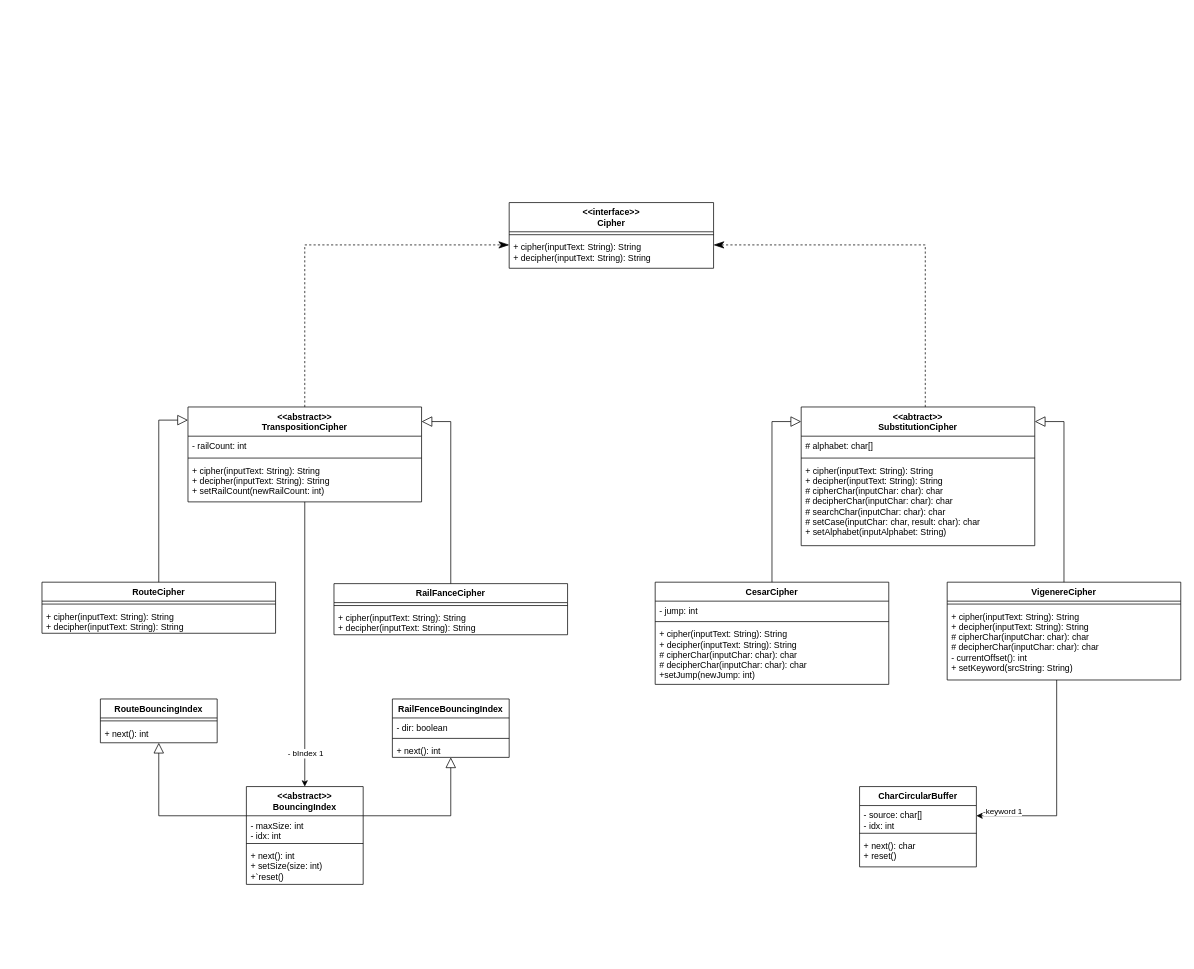
Tzanimor/OO2 keeps this draw.io diagram as ej.drawio. Above is the earlier version. Source tidied: cells renumbered, new cells numbered last; positions are measured from the earlier drawing's top-left corner, leaving out a move shared by most shapes. Both pictures are drawn from the tidied source at 73%, with x=0, y=0 at pixel (42, 202).
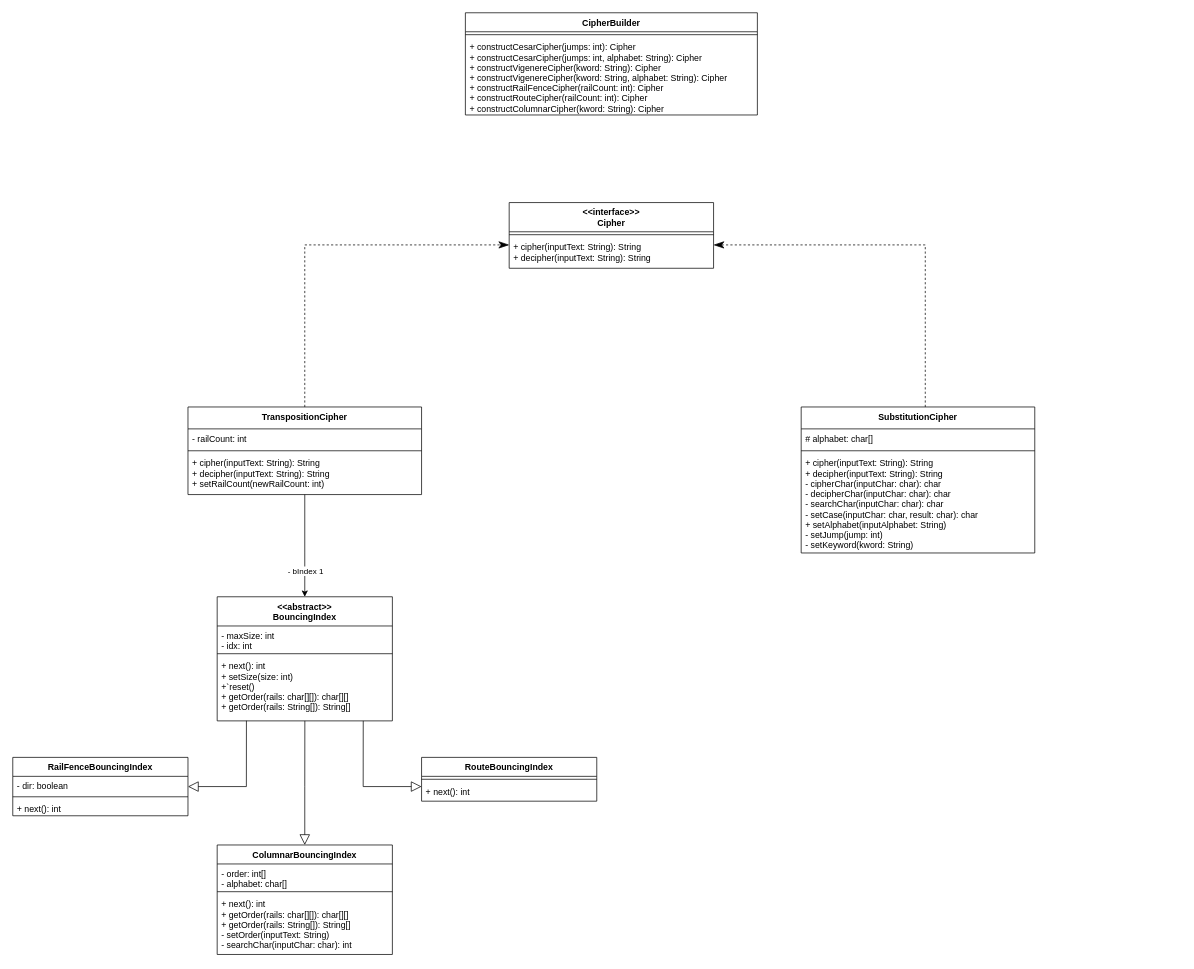
Above is the later version.

The edit, as a diff of the source:
```diff
@@
-    <mxCell id="2" value="CesarCipher" style="swimlane;fontStyle=1;align=center;verticalAlign=top;horizontal=1;startSize=26;" parent="1" vertex="1">
-      <mxGeometry x="840" y="520" width="320" height="140" as="geometry" />
-    </mxCell>
-    <mxCell id="3" value="- jump: int" style="text;strokeColor=none;fillColor=none;align=left;verticalAlign=top;spacingLeft=4;spacingRight=4;overflow=hidden;" parent="2" vertex="1">
-      <mxGeometry y="26" width="320" height="24" as="geometry" />
-    </mxCell>
-    <mxCell id="4" style="line;strokeWidth=1;fillColor=none;align=left;verticalAlign=middle;spacingTop=-1;spacingLeft=3;spacingRight=3;labelPosition=right;strokeColor=inherit;" parent="2" vertex="1">
-      <mxGeometry y="50" width="320" height="8" as="geometry" />
-    </mxCell>
-    <mxCell id="5" value="+ cipher(inputText: String): String&#10;+ decipher(inputText: String): String&#10;# cipherChar(inputChar: char): char&#10;# decipherChar(inputChar: char): char&#10;+setJump(newJump: int)" style="text;strokeColor=none;fillColor=none;align=left;verticalAlign=top;spacingLeft=4;spacingRight=4;overflow=hidden;" parent="2" vertex="1">
-      <mxGeometry y="58" width="320" height="82" as="geometry" />
-    </mxCell>
-    <mxCell id="6" value="RailFanceCipher" style="swimlane;fontStyle=1;align=center;verticalAlign=top;horizontal=1;startSize=26;" parent="1" vertex="1">
-      <mxGeometry x="400" y="522" width="320" height="70" as="geometry" />
-    </mxCell>
-    <mxCell id="7" style="line;strokeWidth=1;fillColor=none;align=left;verticalAlign=middle;spacingTop=-1;spacingLeft=3;spacingRight=3;labelPosition=right;strokeColor=inherit;" parent="6" vertex="1">
-      <mxGeometry y="26" width="320" height="8" as="geometry" />
-    </mxCell>
-    <mxCell id="8" value="+ cipher(inputText: String): String&#10;+ decipher(inputText: String): String" style="text;strokeColor=none;fillColor=none;align=left;verticalAlign=top;spacingLeft=4;spacingRight=4;overflow=hidden;" parent="6" vertex="1">
-      <mxGeometry y="34" width="320" height="36" as="geometry" />
-    </mxCell>
-    <mxCell id="9" value="CharCircularBuffer" style="swimlane;fontStyle=1;align=center;verticalAlign=top;horizontal=1;startSize=26;" parent="1" vertex="1">
-      <mxGeometry x="1120" y="800" width="160" height="110" as="geometry" />
-    </mxCell>
-    <mxCell id="10" value="- source: char[]&#10;- idx: int" style="text;strokeColor=none;fillColor=none;align=left;verticalAlign=top;spacingLeft=4;spacingRight=4;overflow=hidden;" parent="9" vertex="1">
-      <mxGeometry y="26" width="160" height="34" as="geometry" />
-    </mxCell>
-    <mxCell id="11" style="line;strokeWidth=1;fillColor=none;align=left;verticalAlign=middle;spacingTop=-1;spacingLeft=3;spacingRight=3;labelPosition=right;strokeColor=inherit;" parent="9" vertex="1">
-      <mxGeometry y="60" width="160" height="8" as="geometry" />
-    </mxCell>
-    <mxCell id="12" value="+ next(): char&#10;+ reset()" style="text;strokeColor=none;fillColor=none;align=left;verticalAlign=top;spacingLeft=4;spacingRight=4;overflow=hidden;" parent="9" vertex="1">
-      <mxGeometry y="68" width="160" height="42" as="geometry" />
-    </mxCell>
     <mxCell id="13" value="&lt;&lt;abstract&gt;&gt;&#10;BouncingIndex" style="swimlane;fontStyle=1;align=center;verticalAlign=top;horizontal=1;startSize=40;" parent="1" vertex="1">
-      <mxGeometry x="280" y="800" width="160" height="134" as="geometry" />
+      <mxGeometry x="240" y="540" width="240" height="170" as="geometry" />
     </mxCell>
     <mxCell id="14" value="- maxSize: int&#10;- idx: int" style="text;strokeColor=none;fillColor=none;align=left;verticalAlign=top;spacingLeft=4;spacingRight=4;overflow=hidden;" parent="13" vertex="1">
-      <mxGeometry y="40" width="160" height="34" as="geometry" />
+      <mxGeometry y="40" width="240" height="34" as="geometry" />
     </mxCell>
     <mxCell id="15" style="line;strokeWidth=1;fillColor=none;align=left;verticalAlign=middle;spacingTop=-1;spacingLeft=3;spacingRight=3;labelPosition=right;strokeColor=inherit;" parent="13" vertex="1">
-      <mxGeometry y="74" width="160" height="8" as="geometry" />
+      <mxGeometry y="74" width="240" height="8" as="geometry" />
     </mxCell>
-    <mxCell id="16" value="+ next(): int&#10;+ setSize(size: int)&#10;+`reset()" style="text;strokeColor=none;fillColor=none;align=left;verticalAlign=top;spacingLeft=4;spacingRight=4;overflow=hidden;points=[[0,0.5],[1,0.5]];portConstraint=eastwest;" parent="13" vertex="1">
-      <mxGeometry y="82" width="160" height="52" as="geometry" />
+    <mxCell id="16" value="+ next(): int&#10;+ setSize(size: int)&#10;+`reset()&#10;+ getOrder(rails: char[][]): char[][]&#10;+ getOrder(rails: String[]): String[]" style="text;strokeColor=none;fillColor=none;align=left;verticalAlign=top;spacingLeft=4;spacingRight=4;overflow=hidden;points=[[0,0.5],[1,0.5]];portConstraint=eastwest;" parent="13" vertex="1">
+      <mxGeometry y="82" width="240" height="88" as="geometry" />
     </mxCell>
-    <mxCell id="17" style="edgeStyle=orthogonalEdgeStyle;rounded=0;jettySize=auto;html=1;" parent="1" edge="1" source="19" target="9">
-      <mxGeometry relative="1" as="geometry">
-        <Array as="points">
-          <mxPoint x="1390" y="840" />
-        </Array>
-      </mxGeometry>
-    </mxCell>
-    <mxCell id="18" value="-keyword 1" style="edgeLabel;html=1;align=center;verticalAlign=middle;" parent="17" vertex="1">
-      <mxGeometry x="0.74" y="1" relative="1" as="geometry">
-        <mxPoint x="-3" y="-8" as="offset" />
-      </mxGeometry>
-    </mxCell>
-    <mxCell id="19" value="VigenereCipher" style="swimlane;fontStyle=1;align=center;verticalAlign=top;horizontal=1;startSize=26;" parent="1" vertex="1">
-      <mxGeometry x="1240" y="520" width="320" height="134" as="geometry" />
-    </mxCell>
-    <mxCell id="20" style="line;strokeWidth=1;fillColor=none;align=left;verticalAlign=middle;spacingTop=-1;spacingLeft=3;spacingRight=3;labelPosition=right;strokeColor=inherit;" parent="19" vertex="1">
-      <mxGeometry y="26" width="320" height="8" as="geometry" />
-    </mxCell>
-    <mxCell id="21" value="+ cipher(inputText: String): String&#10;+ decipher(inputText: String): String&#10;# cipherChar(inputChar: char): char&#10;# decipherChar(inputChar: char): char&#10;- currentOffset(): int&#10;+ setKeyword(srcString: String)" style="text;strokeColor=none;fillColor=none;align=left;verticalAlign=top;spacingLeft=4;spacingRight=4;overflow=hidden;" parent="19" vertex="1">
-      <mxGeometry y="34" width="320" height="100" as="geometry" />
-    </mxCell>
-    <mxCell id="22" style="endArrow=block;endFill=0;endSize=12;html=1;rounded=0;exitX=0.5;exitY=0;exitDx=0;exitDy=0;" parent="1" edge="1" source="2">
-      <mxGeometry relative="1" as="geometry">
-        <mxPoint x="1040" y="300" as="targetPoint" />
-        <Array as="points">
-          <mxPoint x="1000" y="300" />
-        </Array>
-      </mxGeometry>
-    </mxCell>
-    <mxCell id="23" style="endArrow=block;endFill=0;endSize=12;html=1;rounded=0;exitX=0.5;exitY=0;exitDx=0;exitDy=0;" parent="1" edge="1" source="6">
-      <mxGeometry relative="1" as="geometry">
-        <mxPoint x="520" y="300" as="targetPoint" />
-        <Array as="points">
-          <mxPoint x="560" y="300" />
-        </Array>
-      </mxGeometry>
-    </mxCell>
-    <mxCell id="24" style="endArrow=block;endFill=0;endSize=12;html=1;rounded=0;exitX=0.5;exitY=0;exitDx=0;exitDy=0;" parent="1" edge="1" source="19">
-      <mxGeometry relative="1" as="geometry">
-        <mxPoint x="1360" y="300" as="targetPoint" />
-        <Array as="points">
-          <mxPoint x="1400" y="300" />
-        </Array>
-      </mxGeometry>
-    </mxCell>
@@
-    <mxCell id="30" value="&lt;&lt;abtract&gt;&gt;&#10;SubstitutionCipher" style="swimlane;fontStyle=1;align=center;verticalAlign=top;horizontal=1;startSize=40;" parent="1" vertex="1">
-      <mxGeometry x="1040" y="280" width="320" height="190" as="geometry" />
+    <mxCell id="30" value="SubstitutionCipher" style="swimlane;fontStyle=1;align=center;verticalAlign=top;horizontal=1;startSize=30;" parent="1" vertex="1">
+      <mxGeometry x="1040" y="280" width="320" height="200" as="geometry" />
     </mxCell>
     <mxCell id="31" value="# alphabet: char[]" style="text;strokeColor=none;fillColor=none;align=left;verticalAlign=top;spacingLeft=4;spacingRight=4;overflow=hidden;" parent="30" vertex="1">
-      <mxGeometry y="40" width="320" height="26" as="geometry" />
+      <mxGeometry y="30" width="320" height="26" as="geometry" />
     </mxCell>
     <mxCell id="32" style="line;strokeWidth=1;fillColor=none;align=left;verticalAlign=middle;spacingTop=-1;spacingLeft=3;spacingRight=3;labelPosition=right;" parent="30" vertex="1">
-      <mxGeometry y="66" width="320" height="8" as="geometry" />
+      <mxGeometry y="56" width="320" height="8" as="geometry" />
     </mxCell>
-    <mxCell id="33" value="+ cipher(inputText: String): String&#10;+ decipher(inputText: String): String&#10;# cipherChar(inputChar: char): char&#10;# decipherChar(inputChar: char): char&#10;# searchChar(inputChar: char): char&#10;# setCase(inputChar: char, result: char): char&#10;+ setAlphabet(inputAlphabet: String)" style="text;strokeColor=none;fillColor=none;align=left;verticalAlign=top;spacingLeft=4;spacingRight=4;overflow=hidden;" parent="30" vertex="1">
-      <mxGeometry y="74" width="320" height="116" as="geometry" />
+    <mxCell id="33" value="+ cipher(inputText: String): String&#10;+ decipher(inputText: String): String&#10;- cipherChar(inputChar: char): char&#10;- decipherChar(inputChar: char): char&#10;- searchChar(inputChar: char): char&#10;- setCase(inputChar: char, result: char): char&#10;+ setAlphabet(inputAlphabet: String)&#10;- setJump(jump: int)&#10;- setKeyword(kword: String)" style="text;strokeColor=none;fillColor=none;align=left;verticalAlign=top;spacingLeft=4;spacingRight=4;overflow=hidden;" parent="30" vertex="1">
+      <mxGeometry y="64" width="320" height="136" as="geometry" />
     </mxCell>
     <mxCell id="34" style="edgeStyle=orthogonalEdgeStyle;rounded=0;jettySize=auto;html=1;entryX=0.5;entryY=0;entryDx=0;entryDy=0;" parent="1" edge="1" source="36" target="13">
-      <mxGeometry relative="1" as="geometry" />
+      <mxGeometry relative="1" as="geometry">
+        <Array as="points">
+          <mxPoint x="360" y="480" />
+          <mxPoint x="360" y="480" />
+        </Array>
+      </mxGeometry>
     </mxCell>
     <mxCell id="35" value="- bIndex 1" style="edgeLabel;html=1;align=center;verticalAlign=middle;" parent="34" vertex="1">
       <mxGeometry x="0.64" relative="1" as="geometry">
-        <mxPoint y="24" as="offset" />
+        <mxPoint y="-11" as="offset" />
       </mxGeometry>
     </mxCell>
-    <mxCell id="36" value="&lt;&lt;abstract&gt;&gt;&#10;TranspositionCipher" style="swimlane;fontStyle=1;align=center;verticalAlign=top;horizontal=1;startSize=40;" parent="1" vertex="1">
-      <mxGeometry x="200" y="280" width="320" height="130" as="geometry" />
+    <mxCell id="36" value="TranspositionCipher" style="swimlane;fontStyle=1;align=center;verticalAlign=top;horizontal=1;startSize=30;" parent="1" vertex="1">
+      <mxGeometry x="200" y="280" width="320" height="120" as="geometry" />
     </mxCell>
     <mxCell id="37" value="- railCount: int" style="text;strokeColor=none;fillColor=none;align=left;verticalAlign=top;spacingLeft=4;spacingRight=4;overflow=hidden;" parent="36" vertex="1">
-      <mxGeometry y="40" width="320" height="26" as="geometry" />
+      <mxGeometry y="30" width="320" height="26" as="geometry" />
     </mxCell>
     <mxCell id="38" style="line;strokeWidth=1;fillColor=none;align=left;verticalAlign=middle;spacingTop=-1;spacingLeft=3;spacingRight=3;labelPosition=right;" parent="36" vertex="1">
-      <mxGeometry y="66" width="320" height="8" as="geometry" />
+      <mxGeometry y="56" width="320" height="8" as="geometry" />
     </mxCell>
     <mxCell id="39" value="+ cipher(inputText: String): String&#10;+ decipher(inputText: String): String&#10;+ setRailCount(newRailCount: int)" style="text;strokeColor=none;fillColor=none;align=left;verticalAlign=top;spacingLeft=4;spacingRight=4;overflow=hidden;" parent="36" vertex="1">
-      <mxGeometry y="74" width="320" height="56" as="geometry" />
+      <mxGeometry y="64" width="320" height="56" as="geometry" />
     </mxCell>
-    <mxCell id="40" value="RouteCipher" style="swimlane;fontStyle=1;align=center;verticalAlign=top;horizontal=1;startSize=26;" parent="1" vertex="1">
-      <mxGeometry y="520" width="320" height="70" as="geometry" />
-    </mxCell>
-    <mxCell id="41" style="line;strokeWidth=1;fillColor=none;align=left;verticalAlign=middle;spacingTop=-1;spacingLeft=3;spacingRight=3;labelPosition=right;strokeColor=inherit;" parent="40" vertex="1">
-      <mxGeometry y="26" width="320" height="8" as="geometry" />
-    </mxCell>
-    <mxCell id="42" value="+ cipher(inputText: String): String&#10;+ decipher(inputText: String): String" style="text;strokeColor=none;fillColor=none;align=left;verticalAlign=top;spacingLeft=4;spacingRight=4;overflow=hidden;" parent="40" vertex="1">
-      <mxGeometry y="34" width="320" height="36" as="geometry" />
-    </mxCell>
-    <mxCell id="43" style="endArrow=block;endFill=0;endSize=12;html=1;rounded=0;exitX=0.5;exitY=0;exitDx=0;exitDy=0;" parent="1" edge="1">
-      <mxGeometry relative="1" as="geometry">
-        <mxPoint x="160" y="520" as="sourcePoint" />
-        <mxPoint x="200" y="298" as="targetPoint" />
-        <Array as="points">
-          <mxPoint x="160" y="298" />
-        </Array>
-      </mxGeometry>
-    </mxCell>
     <mxCell id="44" value="RailFenceBouncingIndex" style="swimlane;fontStyle=1;align=center;verticalAlign=top;horizontal=1;startSize=26;" parent="1" vertex="1">
-      <mxGeometry x="480" y="680" width="160" height="80" as="geometry" />
+      <mxGeometry x="-40" y="760" width="240" height="80" as="geometry" />
     </mxCell>
     <mxCell id="45" value="- dir: boolean" style="text;strokeColor=none;fillColor=none;align=left;verticalAlign=top;spacingLeft=4;spacingRight=4;overflow=hidden;" parent="44" vertex="1">
-      <mxGeometry y="26" width="160" height="24" as="geometry" />
+      <mxGeometry y="26" width="240" height="24" as="geometry" />
     </mxCell>
     <mxCell id="46" style="line;strokeWidth=1;fillColor=none;align=left;verticalAlign=middle;spacingTop=-1;spacingLeft=3;spacingRight=3;labelPosition=right;strokeColor=inherit;" parent="44" vertex="1">
-      <mxGeometry y="50" width="160" height="8" as="geometry" />
+      <mxGeometry y="50" width="240" height="8" as="geometry" />
     </mxCell>
     <mxCell id="47" value="+ next(): int&#10;" style="text;strokeColor=none;fillColor=none;align=left;verticalAlign=top;spacingLeft=4;spacingRight=4;overflow=hidden;" parent="44" vertex="1">
-      <mxGeometry y="58" width="160" height="22" as="geometry" />
+      <mxGeometry y="58" width="240" height="22" as="geometry" />
     </mxCell>
     <mxCell id="48" value="RouteBouncingIndex" style="swimlane;fontStyle=1;align=center;verticalAlign=top;horizontal=1;startSize=26;" parent="1" vertex="1">
-      <mxGeometry x="80" y="680" width="160" height="60" as="geometry" />
+      <mxGeometry x="520" y="760" width="240" height="60" as="geometry" />
     </mxCell>
     <mxCell id="49" style="line;strokeWidth=1;fillColor=none;align=left;verticalAlign=middle;spacingTop=-1;spacingLeft=3;spacingRight=3;labelPosition=right;strokeColor=inherit;" parent="48" vertex="1">
-      <mxGeometry y="26" width="160" height="8" as="geometry" />
+      <mxGeometry y="26" width="240" height="8" as="geometry" />
     </mxCell>
     <mxCell id="50" value="+ next(): int" style="text;strokeColor=none;fillColor=none;align=left;verticalAlign=top;spacingLeft=4;spacingRight=4;overflow=hidden;" parent="48" vertex="1">
-      <mxGeometry y="34" width="160" height="26" as="geometry" />
+      <mxGeometry y="34" width="240" height="26" as="geometry" />
     </mxCell>
-    <mxCell id="51" style="endArrow=block;endFill=0;endSize=12;html=1;rounded=0;" parent="1" edge="1">
+    <mxCell id="51" style="endArrow=block;endFill=0;endSize=12;html=1;rounded=0;exitX=0.167;exitY=0.998;exitDx=0;exitDy=0;exitPerimeter=0;" parent="1" edge="1" source="16">
       <mxGeometry relative="1" as="geometry">
-        <mxPoint x="280" y="840" as="sourcePoint" />
-        <mxPoint x="160" y="740" as="targetPoint" />
+        <mxPoint x="200" y="800" as="targetPoint" />
         <Array as="points">
-          <mxPoint x="160" y="840" />
+          <mxPoint x="280" y="800" />
         </Array>
       </mxGeometry>
     </mxCell>
-    <mxCell id="52" style="endArrow=block;endFill=0;endSize=12;html=1;rounded=0;" parent="1" edge="1">
-      <mxGeometry relative="1" as="geometry">
-        <mxPoint x="440" y="840" as="sourcePoint" />
-        <mxPoint x="560" y="760" as="targetPoint" />
-        <Array as="points">
-          <mxPoint x="560" y="840" />
-        </Array>
-      </mxGeometry>
-    </mxCell>
+    <mxCell id="53" value="ColumnarBouncingIndex" style="swimlane;fontStyle=1;align=center;verticalAlign=top;horizontal=1;startSize=26;" parent="1" vertex="1">
+      <mxGeometry x="240" y="880" width="240" height="150" as="geometry" />
+    </mxCell>
+    <mxCell id="54" value="- order: int[]&#10;- alphabet: char[]" style="text;strokeColor=none;fillColor=none;align=left;verticalAlign=top;spacingLeft=4;spacingRight=4;overflow=hidden;" parent="53" vertex="1">
+      <mxGeometry y="26" width="240" height="34" as="geometry" />
+    </mxCell>
+    <mxCell id="55" style="line;strokeWidth=1;fillColor=none;align=left;verticalAlign=middle;spacingTop=-1;spacingLeft=3;spacingRight=3;labelPosition=right;" parent="53" vertex="1">
+      <mxGeometry y="60" width="240" height="8" as="geometry" />
+    </mxCell>
+    <mxCell id="56" value="+ next(): int&#10;+ getOrder(rails: char[][]): char[][]&#10;+ getOrder(rails: String[]): String[]&#10;- setOrder(inputText: String)&#10;- searchChar(inputChar: char): int" style="text;strokeColor=none;fillColor=none;align=left;verticalAlign=top;spacingLeft=4;spacingRight=4;overflow=hidden;" parent="53" vertex="1">
+      <mxGeometry y="68" width="240" height="82" as="geometry" />
+    </mxCell>
+    <mxCell id="57" style="endArrow=block;endFill=0;endSize=12;html=1;rounded=0;exitX=0.167;exitY=0.998;exitDx=0;exitDy=0;exitPerimeter=0;" parent="1" edge="1">
+      <mxGeometry relative="1" as="geometry">
+        <mxPoint x="440.1" y="710" as="sourcePoint" />
+        <mxPoint x="520" y="800" as="targetPoint" />
+        <Array as="points">
+          <mxPoint x="440" y="800" />
+        </Array>
+      </mxGeometry>
+    </mxCell>
+    <mxCell id="58" style="endArrow=block;endFill=0;endSize=12;html=1;rounded=0;exitX=0.167;exitY=0.998;exitDx=0;exitDy=0;exitPerimeter=0;" parent="1" edge="1">
+      <mxGeometry relative="1" as="geometry">
+        <mxPoint x="360.1" y="710" as="sourcePoint" />
+        <mxPoint x="360" y="880" as="targetPoint" />
+        <Array as="points">
+          <mxPoint x="360" y="800.2" />
+        </Array>
+      </mxGeometry>
+    </mxCell>
+    <mxCell id="59" value="CipherBuilder" style="swimlane;fontStyle=1;align=center;verticalAlign=top;horizontal=1;startSize=26;" parent="1" vertex="1">
+      <mxGeometry x="580" y="-260" width="400" height="140" as="geometry" />
+    </mxCell>
+    <mxCell id="60" style="line;strokeWidth=1;fillColor=none;align=left;verticalAlign=middle;spacingTop=-1;spacingLeft=3;spacingRight=3;labelPosition=right;" parent="59" vertex="1">
+      <mxGeometry y="26" width="400" height="8" as="geometry" />
+    </mxCell>
+    <mxCell id="61" value="+ constructCesarCipher(jumps: int): Cipher&#10;+ constructCesarCipher(jumps: int, alphabet: String): Cipher&#10;+ constructVigenereCipher(kword: String): Cipher&#10;+ constructVigenereCipher(kword: String, alphabet: String): Cipher&#10;+ constructRailFenceCipher(railCount: int): Cipher&#10;+ constructRouteCipher(railCount: int): Cipher&#10;+ constructColumnarCipher(kword: String): Cipher" style="text;strokeColor=none;fillColor=none;align=left;verticalAlign=top;spacingLeft=4;spacingRight=4;overflow=hidden;" parent="59" vertex="1">
+      <mxGeometry y="34" width="400" height="106" as="geometry" />
+    </mxCell>
```
